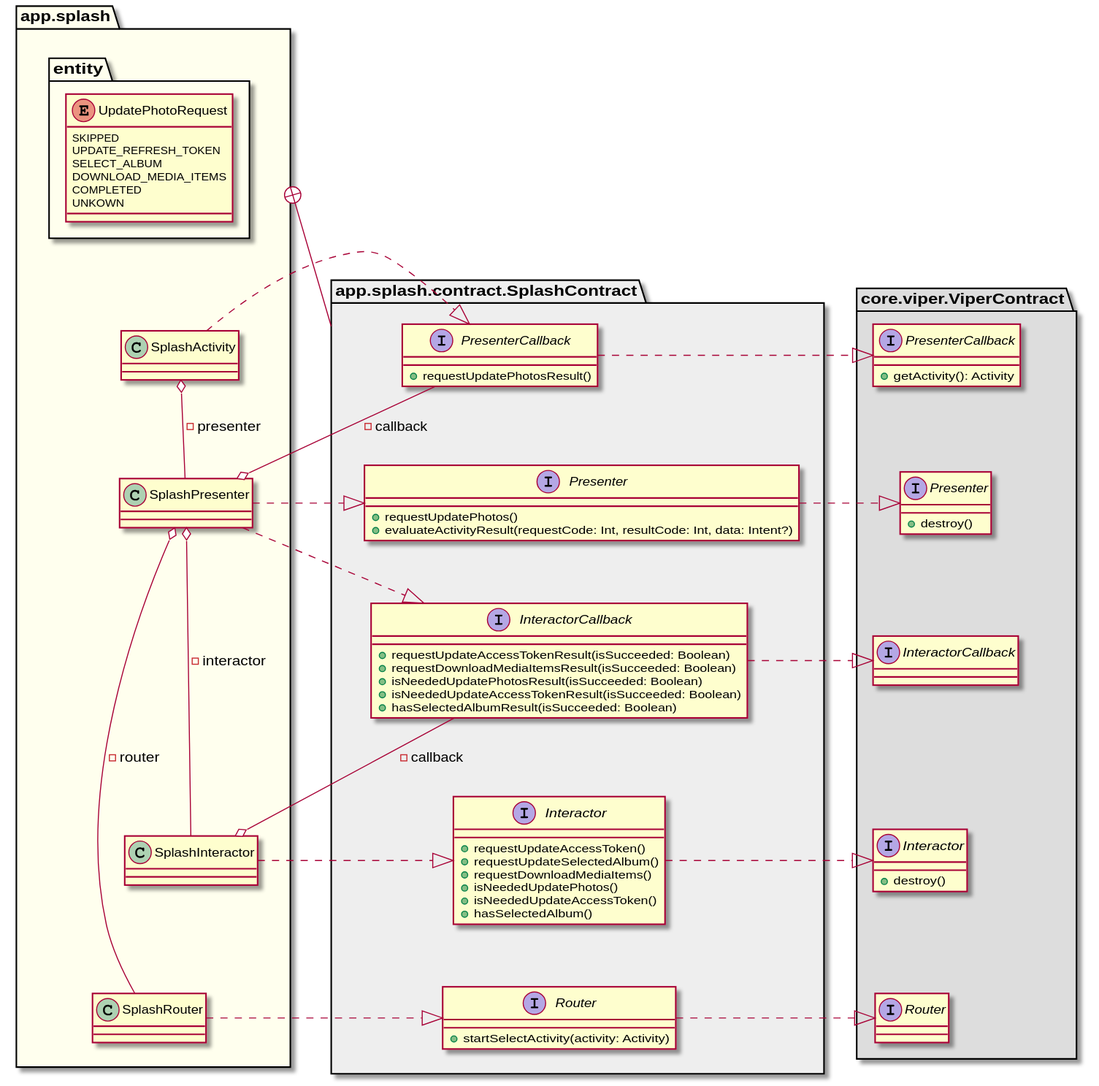
This is uml/main/class_diagram_main_viper.svg from sallyluenoa/PhotoSlideShow, a PlantUML export, as it was before one commit.
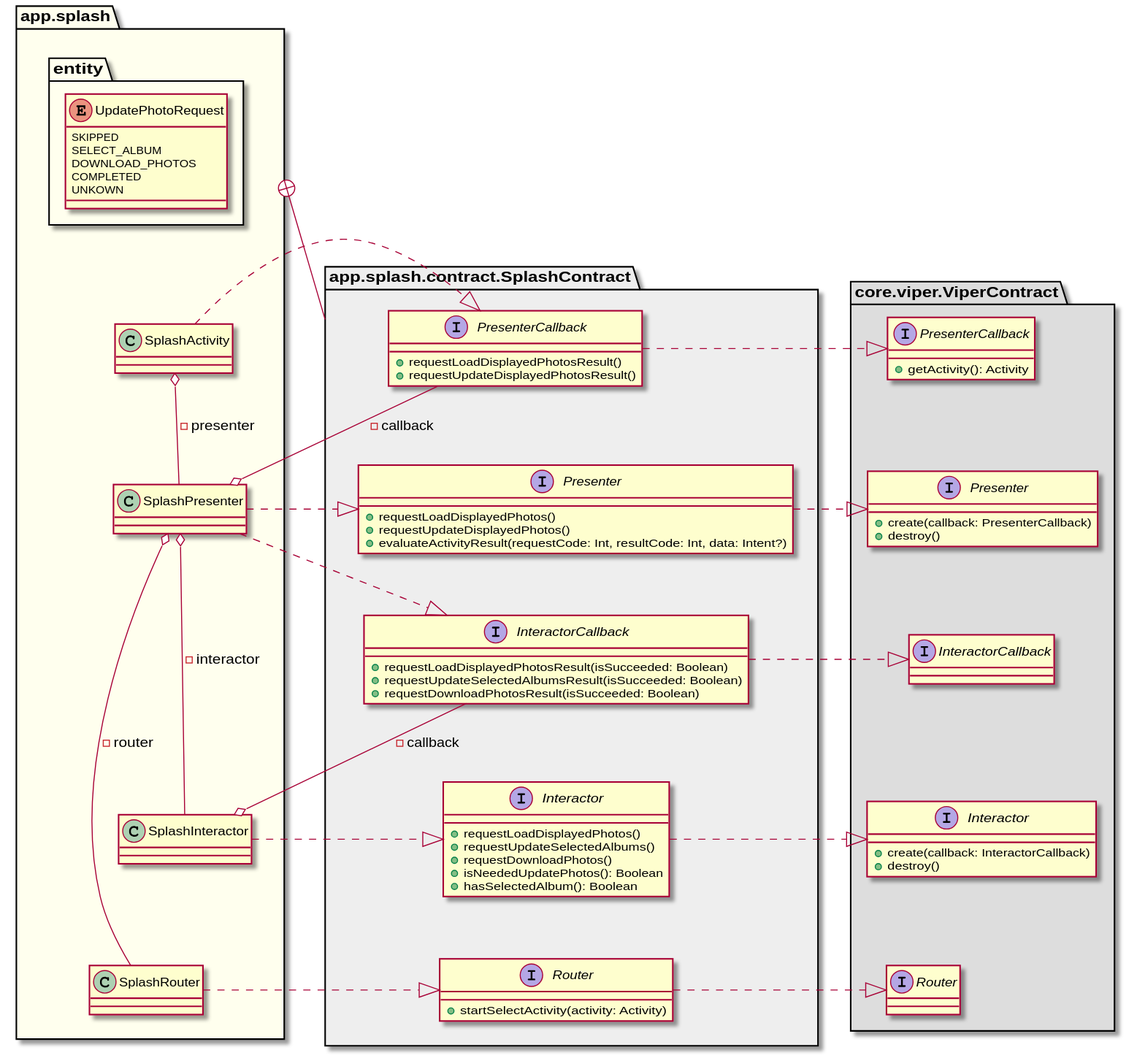
Above is the later version.

Commit message:
Write UML for design #13

The edit, as a diff of the source:
```diff
@@ -20,9 +20,8 @@
   namespace entity {
     enum UpdatePhotoRequest {
       SKIPPED
-      UPDATE_REFRESH_TOKEN
       SELECT_ALBUM
-      DOWNLOAD_MEDIA_ITEMS
+      DOWNLOAD_PHOTOS
       COMPLETED
       UNKOWN
     }
@@ -33,26 +32,25 @@
 
 namespace app.splash.contract.SplashContract #EEEEEE {
   interface Presenter {
-    + requestUpdatePhotos()
+    + requestLoadDisplayedPhotos()
+    + requestUpdateDisplayedPhotos()
     + evaluateActivityResult(requestCode: Int, resultCode: Int, data: Intent?)
   }
   interface PresenterCallback {
-    + requestUpdatePhotosResult()
+    + requestLoadDisplayedPhotosResult()
+    + requestUpdateDisplayedPhotosResult()
   }
   interface Interactor {
-    + requestUpdateAccessToken()
-    + requestUpdateSelectedAlbum()
-    + requestDownloadMediaItems()
-    + isNeededUpdatePhotos()
-    + isNeededUpdateAccessToken()
-    + hasSelectedAlbum()
+    + requestLoadDisplayedPhotos()
+    + requestUpdateSelectedAlbums()
+    + requestDownloadPhotos()
+    + isNeededUpdatePhotos(): Boolean
+    + hasSelectedAlbum(): Boolean
   }
   interface InteractorCallback {
-    + requestUpdateAccessTokenResult(isSucceeded: Boolean)
-    + requestDownloadMediaItemsResult(isSucceeded: Boolean)
-    + isNeededUpdatePhotosResult(isSucceeded: Boolean)
-    + isNeededUpdateAccessTokenResult(isSucceeded: Boolean)
-    + hasSelectedAlbumResult(isSucceeded: Boolean)
+    + requestLoadDisplayedPhotosResult(isSucceeded: Boolean)
+    + requestUpdateSelectedAlbumsResult(isSucceeded: Boolean)
+    + requestDownloadPhotosResult(isSucceeded: Boolean)
   }
   interface Router {
     + startSelectActivity(activity: Activity)
@@ -74,12 +72,14 @@
 
 namespace core.viper.ViperContract #DDDDDD {
   interface Presenter {
+    + create(callback: PresenterCallback)
     + destroy()
   }
   interface PresenterCallback {
     + getActivity(): Activity
   }
   interface Interactor {
+    + create(callback: InteractorCallback)
     + destroy()
   }
   interface InteractorCallback
```
